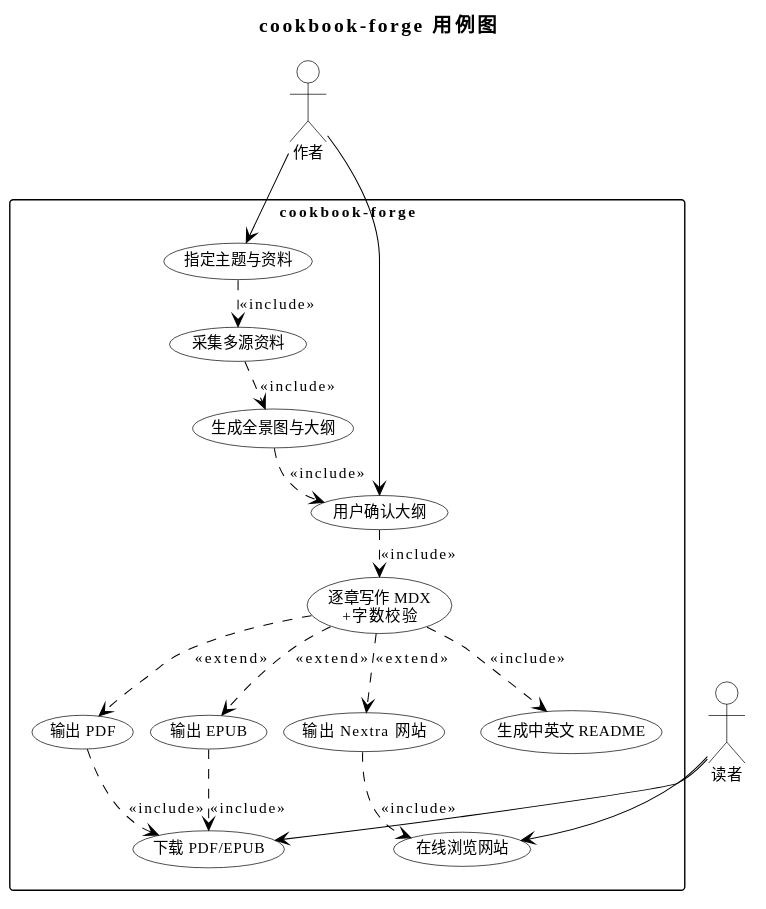
Before: assets/diagrams/usecase-cn.svg, a diagram exported from PlantUML (samonysh/cookbook-forge).
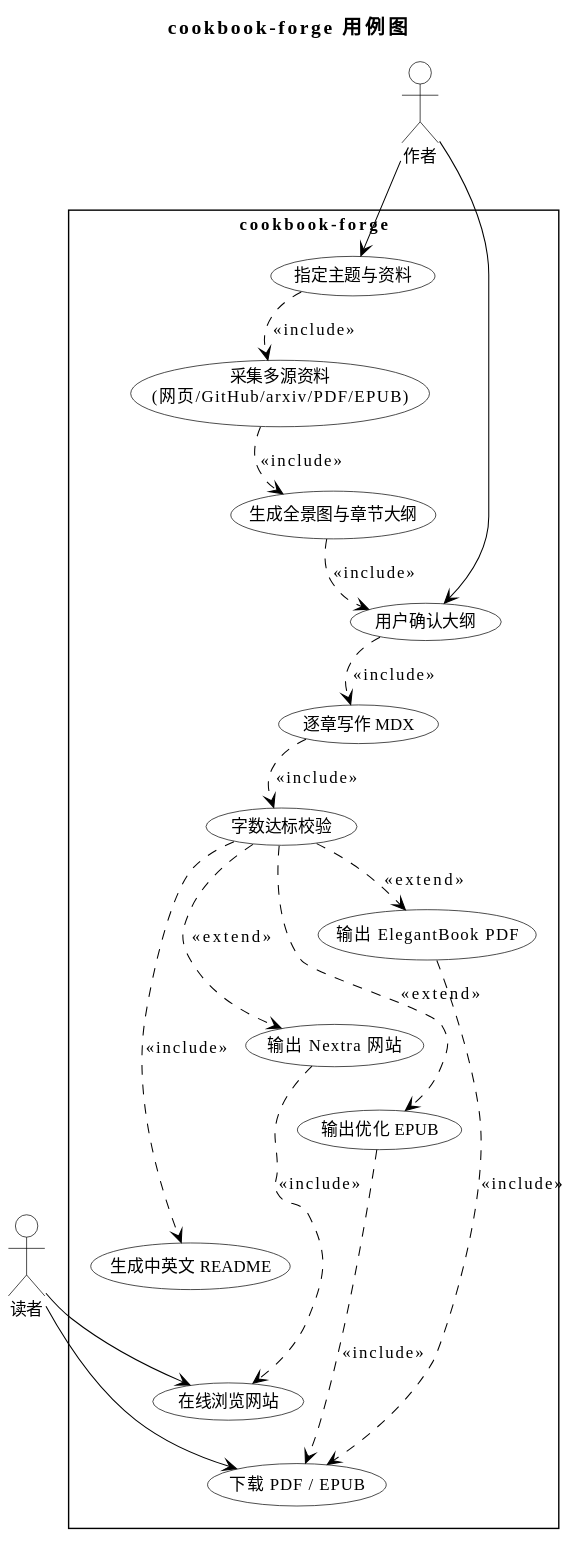
After the commit.

Diff of the diagram source:
```diff
@@ -1,40 +1,48 @@
 @startuml
 skinparam monochrome true
+skinparam backgroundColor #FFFFFF
+skinparam defaultFontName "WenQuanYi Micro Hei"
+skinparam defaultFontSize 12
 skinparam shadowing false
-skinparam backgroundColor #FFFFFF
-skinparam defaultFontColor #000000
-skinparam defaultFontName "WenQuanYi Micro Hei"
+skinparam classAttributeIconSize 0
+skinparam roundCorner 0
+
 skinparam ActorBackgroundColor #FFFFFF
 skinparam ActorBorderColor #000000
 skinparam UsecaseBackgroundColor #FFFFFF
 skinparam UsecaseBorderColor #000000
 skinparam RectangleBackgroundColor #FFFFFF
 skinparam RectangleBorderColor #000000
+skinparam PackageBackgroundColor #FFFFFF
+skinparam PackageBorderColor #000000
 skinparam ArrowColor #000000
 skinparam ArrowThickness 0.75
-skinparam defaultFontSize 11
-skinparam nodesep 12
-skinparam ranksep 20
+skinparam DefaultTextColor #000000
+skinparam defaultFontColor #000000
 
 title cookbook-forge 用例图
 
 top to bottom direction
+skinparam nodesep 25
+skinparam ranksep 30
+skinparam packageStyle rectangle
 
 actor 作者 as AUTHOR
 actor 读者 as READER
 
 rectangle "cookbook-forge" {
   usecase "指定主题与资料" as UC0
-  usecase "采集多源资料" as UC1
-  usecase "生成全景图与大纲" as UC2
+  usecase "采集多源资料\n(网页/GitHub/arxiv/PDF/EPUB)" as UC1
+  usecase "生成全景图与章节大纲" as UC2
   usecase "用户确认大纲" as UC3
-  usecase "逐章写作 MDX\n+字数校验" as UC4
-  usecase "输出 PDF" as UC6
+  usecase "逐章写作 MDX" as UC4
+  usecase "字数达标校验" as UC5
+  usecase "输出 ElegantBook PDF" as UC6
   usecase "输出 Nextra 网站" as UC7
-  usecase "输出 EPUB" as UC8
+  usecase "输出优化 EPUB" as UC8
   usecase "生成中英文 README" as UC9
   usecase "在线浏览网站" as UC10
-  usecase "下载 PDF/EPUB" as UC11
+  usecase "下载 PDF / EPUB" as UC11
 }
 
 AUTHOR --> UC0
@@ -43,19 +51,28 @@
 UC1 ..> UC2 : <<include>>
 UC2 ..> UC3 : <<include>>
 UC3 ..> UC4 : <<include>>
-UC4 ..> UC6 : <<extend>>
-UC4 ..> UC7 : <<extend>>
-UC4 ..> UC8 : <<extend>>
-UC4 ..> UC9 : <<include>>
+UC4 ..> UC5 : <<include>>
+UC5 ..> UC6 : <<extend>>
+UC5 ..> UC7 : <<extend>>
+UC5 ..> UC8 : <<extend>>
+UC5 ..> UC9 : <<include>>
 UC7 ..> UC10 : <<include>>
 UC6 ..> UC11 : <<include>>
 UC8 ..> UC11 : <<include>>
 READER --> UC10
 READER --> UC11
 
-UC0 -[hidden]down- UC6
-UC1 -[hidden]down- UC7
-UC2 -[hidden]down- UC8
-UC3 -[hidden]down- UC9
-UC4 -[hidden]down- UC10
+UC0 -[hidden]down- UC1
+UC1 -[hidden]down- UC2
+UC2 -[hidden]down- UC3
+UC3 -[hidden]down- UC4
+UC4 -[hidden]down- UC5
+
+UC6 -[hidden]down- UC7
+UC7 -[hidden]down- UC8
+UC8 -[hidden]down- UC9
+UC9 -[hidden]down- UC10
+UC10 -[hidden]down- UC11
+
+UC5 -[hidden]right- UC6
 @enduml
```
